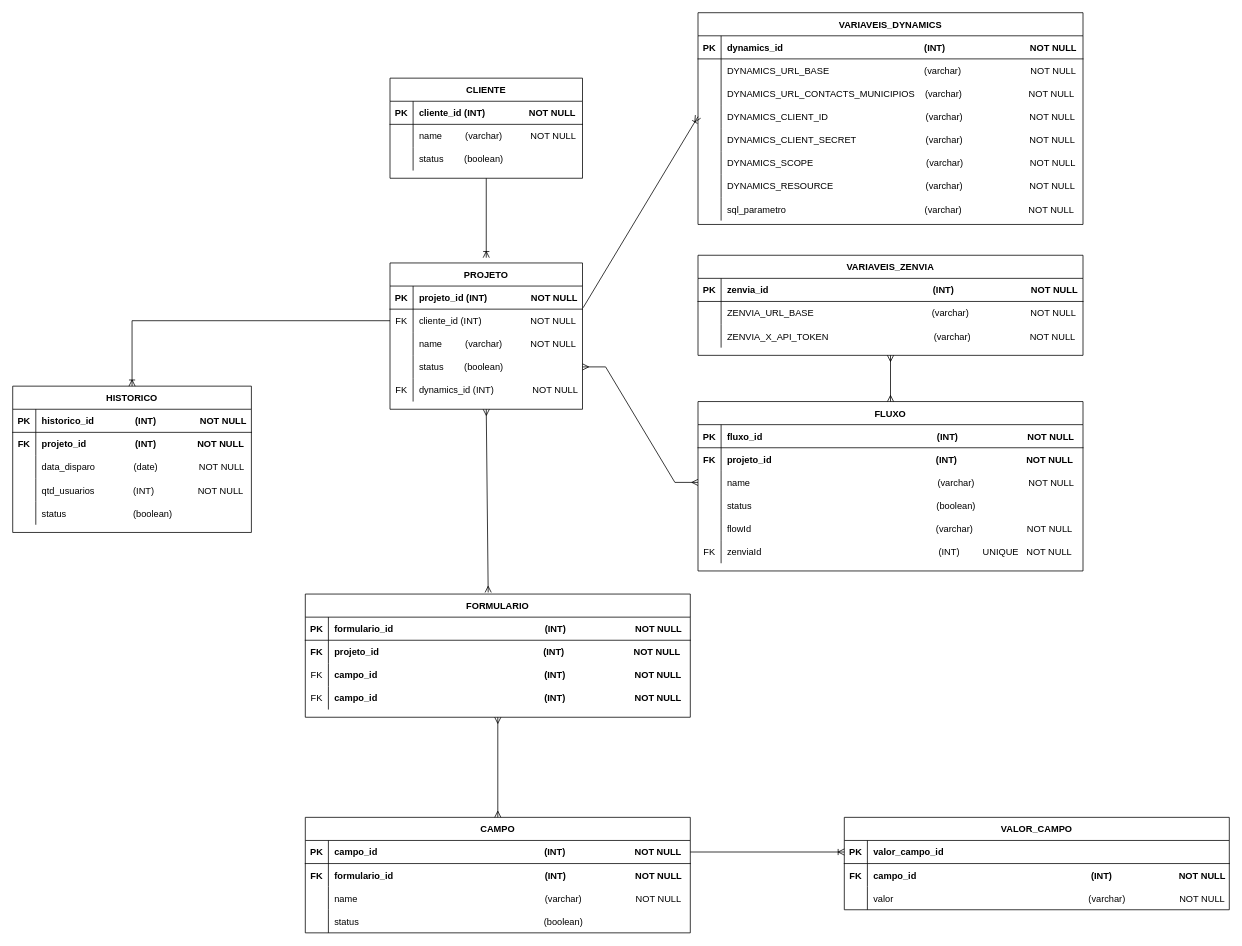
Before: documentation/architecture/DER-alertas.drawio in matheusMendes05/disparo-alertas-node-webapi, a draw.io diagram. Source tidied: cells renumbered, new cells numbered last; positions are measured from the earlier drawing's top-left corner, leaving out a move shared by most shapes. Both pictures are drawn from the tidied source at 77%, with x=0, y=0 at pixel (12, 12).
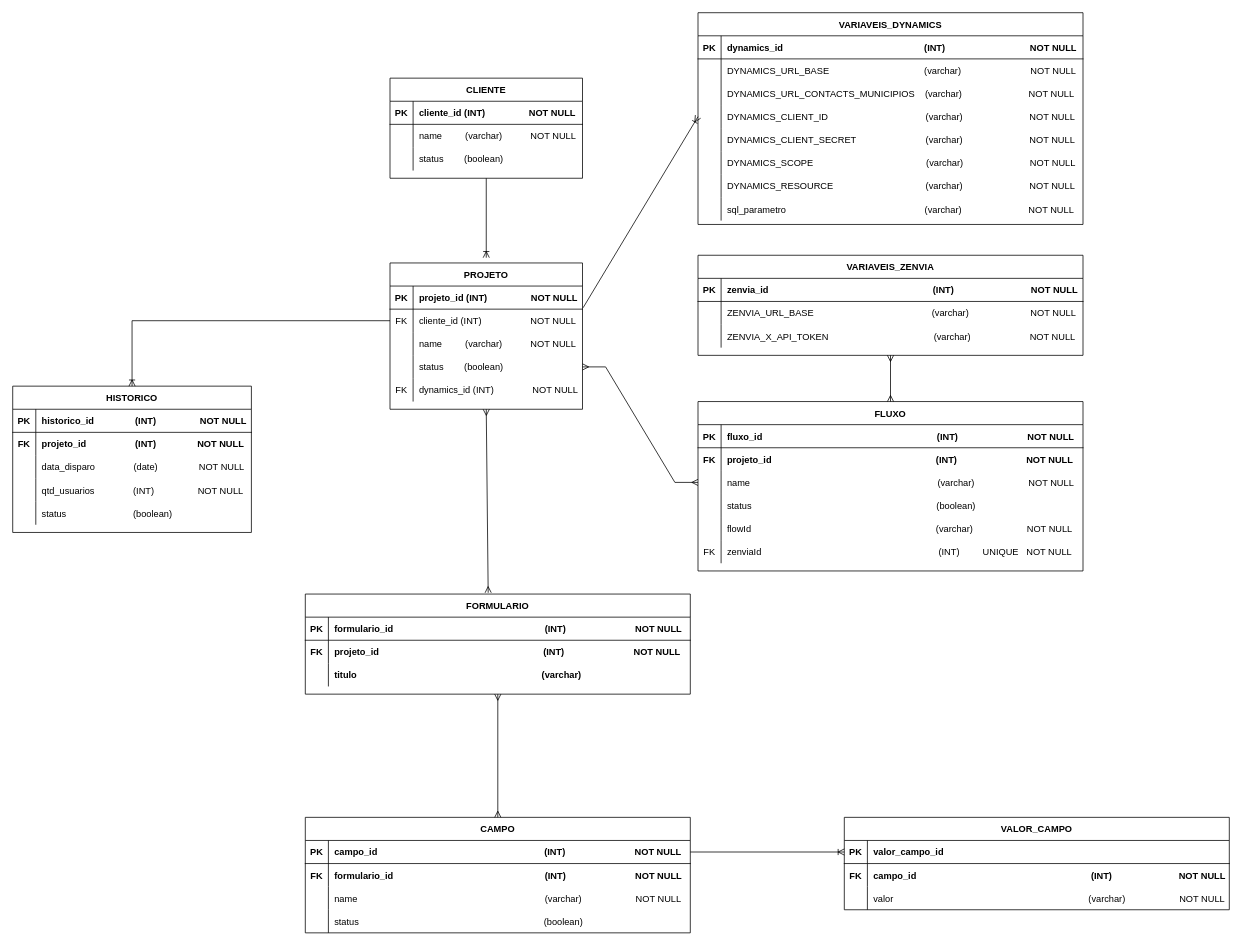
The same diagram, later.

The change refers to these unchanged cells:
```xml
<mxCell id="104" style="shape=partialRectangle;fillColor=none;top=0;left=0;right=0;bottom=0;" parent="97" vertex="1">
  <mxGeometry y="90" width="500" height="30" as="geometry" />
</mxCell>
```

Diff of the diagram source:
```diff
@@
     <mxCell id="97" value="FORMULARIO" style="shape=table;startSize=30;childLayout=tableLayout;rowLines=0;fontStyle=1;align=center;" parent="1" vertex="1">
-      <mxGeometry x="380" y="755" width="500" height="160" as="geometry" />
+      <mxGeometry x="380" y="755" width="500" height="130" as="geometry" />
     </mxCell>
@@
-    <mxCell id="105" value="FK" style="shape=partialRectangle;overflow=hidden;fillColor=none;top=0;left=0;bottom=0;right=0;" parent="104" vertex="1">
+    <mxCell id="105" style="shape=partialRectangle;overflow=hidden;fillColor=none;top=0;left=0;bottom=0;right=0;" parent="104" vertex="1">
       <mxGeometry width="30" height="30" as="geometry" />
     </mxCell>
-    <mxCell id="106" value="campo_id                                                                 (INT)                           NOT NULL" style="shape=partialRectangle;overflow=hidden;fillColor=none;top=0;left=0;bottom=0;right=0;align=left;spacingLeft=6;fontStyle=1;" parent="104" vertex="1">
+    <mxCell id="106" value="titulo                                                                        (varchar)" style="shape=partialRectangle;overflow=hidden;fillColor=none;top=0;left=0;bottom=0;right=0;align=left;spacingLeft=6;fontStyle=1;" parent="104" vertex="1">
       <mxGeometry x="30" width="470" height="30" as="geometry" />
     </mxCell>
-    <mxCell id="107" style="shape=partialRectangle;fillColor=none;top=0;left=0;right=0;bottom=0;" parent="97" vertex="1">
-      <mxGeometry y="120" width="500" height="30" as="geometry" />
-    </mxCell>
-    <mxCell id="108" value="FK" style="shape=partialRectangle;overflow=hidden;fillColor=none;top=0;left=0;bottom=0;right=0;" parent="107" vertex="1">
-      <mxGeometry width="30" height="30" as="geometry" />
-    </mxCell>
-    <mxCell id="109" value="campo_id                                                                 (INT)                           NOT NULL" style="shape=partialRectangle;overflow=hidden;fillColor=none;top=0;left=0;bottom=0;right=0;align=left;spacingLeft=6;fontStyle=1;" parent="107" vertex="1">
-      <mxGeometry x="30" width="470" height="30" as="geometry" />
-    </mxCell>
```
